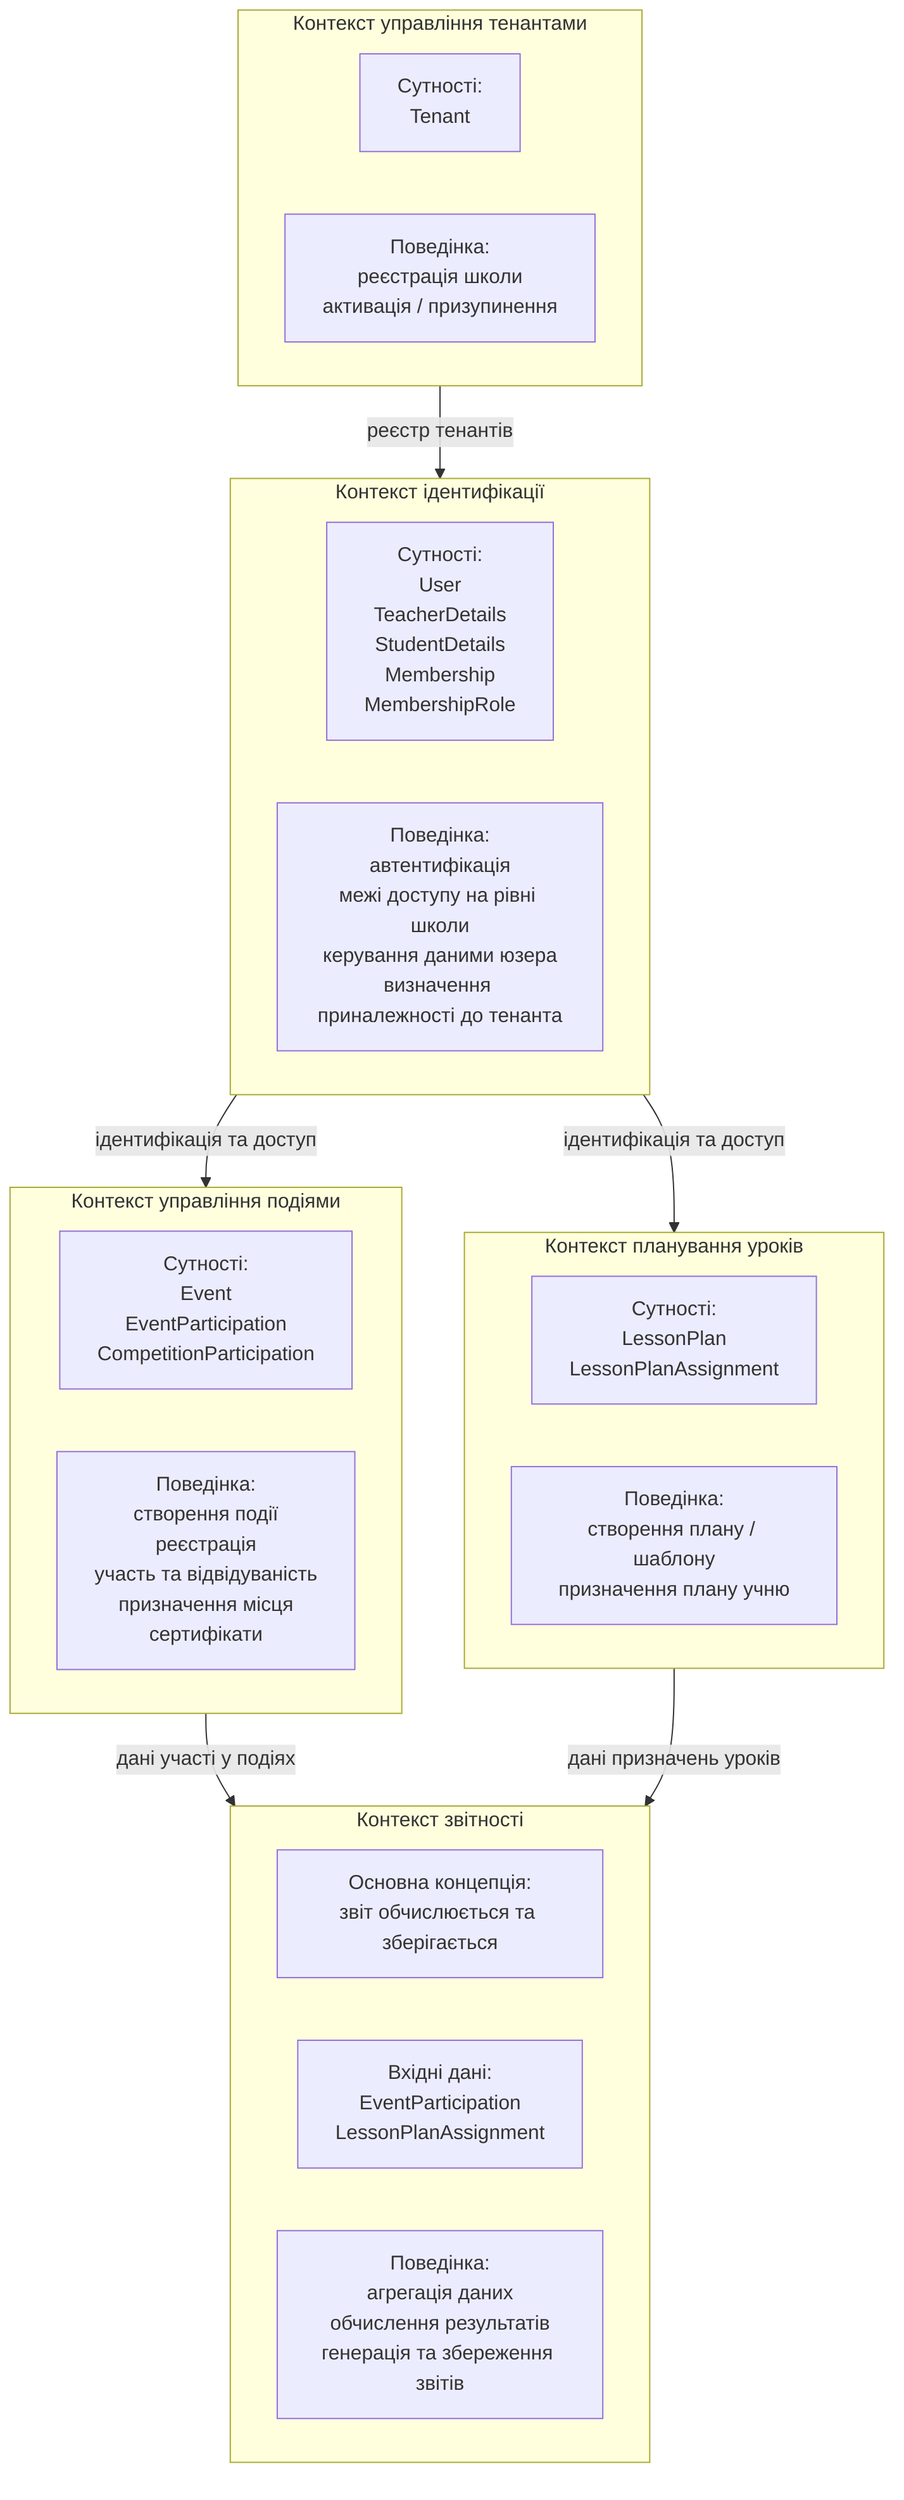
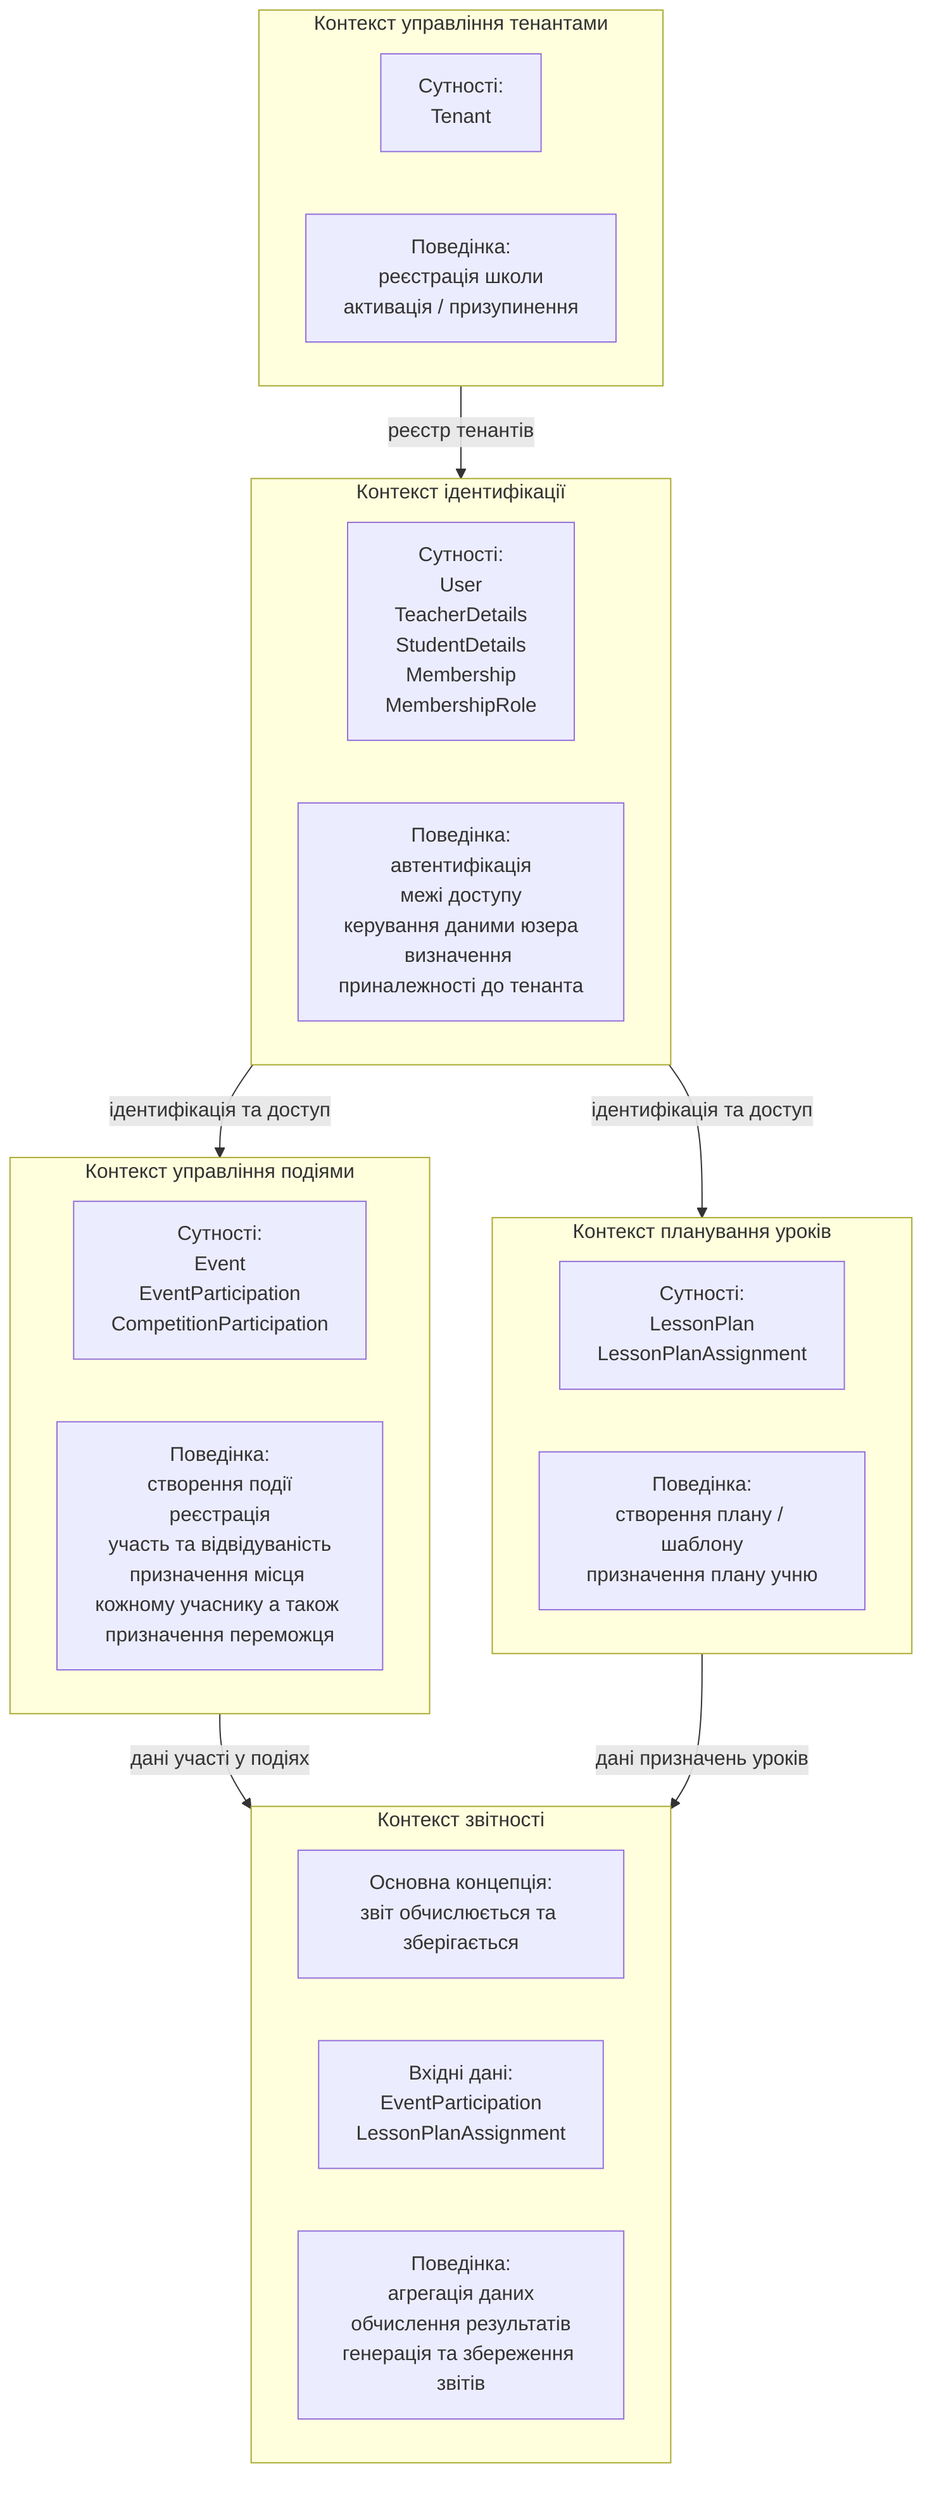
flowchart TB
	%% Bounded Context Map

	subgraph TM[Контекст управління тенантами]
		TM_E[Сутності:<br/>Tenant]
		TM_B[Поведінка:<br/>реєстрація школи<br/>активація / призупинення]
	end

	subgraph ID[Контекст ідентифікації]
		ID_E[Сутності:<br/>User<br/>TeacherDetails<br/>StudentDetails<br/>Membership<br/>MembershipRole]
- 		ID_B[Поведінка:<br/>автентифікація<br/>межі доступу на рівні школи<br/>керування даними юзера<br/>визначення приналежності до тенанта]
+ 		ID_B[Поведінка:<br/>автентифікація<br/>межі доступу<br/>керування даними юзера<br/>визначення приналежності до тенанта]
	end

	subgraph EV[Контекст управління подіями]
		EV_E[Сутності:<br/>Event<br/>EventParticipation<br/>CompetitionParticipation]
- 		EV_B[Поведінка:<br/>створення події<br/>реєстрація<br/>участь та відвідуваність<br/>призначення місця<br/>сертифікати]
+ 		EV_B[Поведінка:<br/>створення події<br/>реєстрація<br/>участь та відвідуваність<br/>призначення місця кожному учаснику а також призначення переможця<br/>]
	end

	subgraph LP[Контекст планування уроків]
		LP_E[Сутності:<br/>LessonPlan<br/>LessonPlanAssignment]
		LP_B[Поведінка:<br/>створення плану / шаблону<br/>призначення плану учню]
	end

	subgraph RP[Контекст звітності]
		RP_E[Основна концепція:<br/>звіт обчислюється та зберігається]
		RP_I[Вхідні дані:<br/>EventParticipation<br/>LessonPlanAssignment]
		RP_B[Поведінка:<br/>агрегація даних<br/>обчислення результатів<br/>генерація та збереження звітів]
	end

	TM -->|реєстр тенантів| ID
	ID -->|ідентифікація та доступ| EV
	ID -->|ідентифікація та доступ| LP
	EV -->|дані участі у подіях| RP
	LP -->|дані призначень уроків| RP
